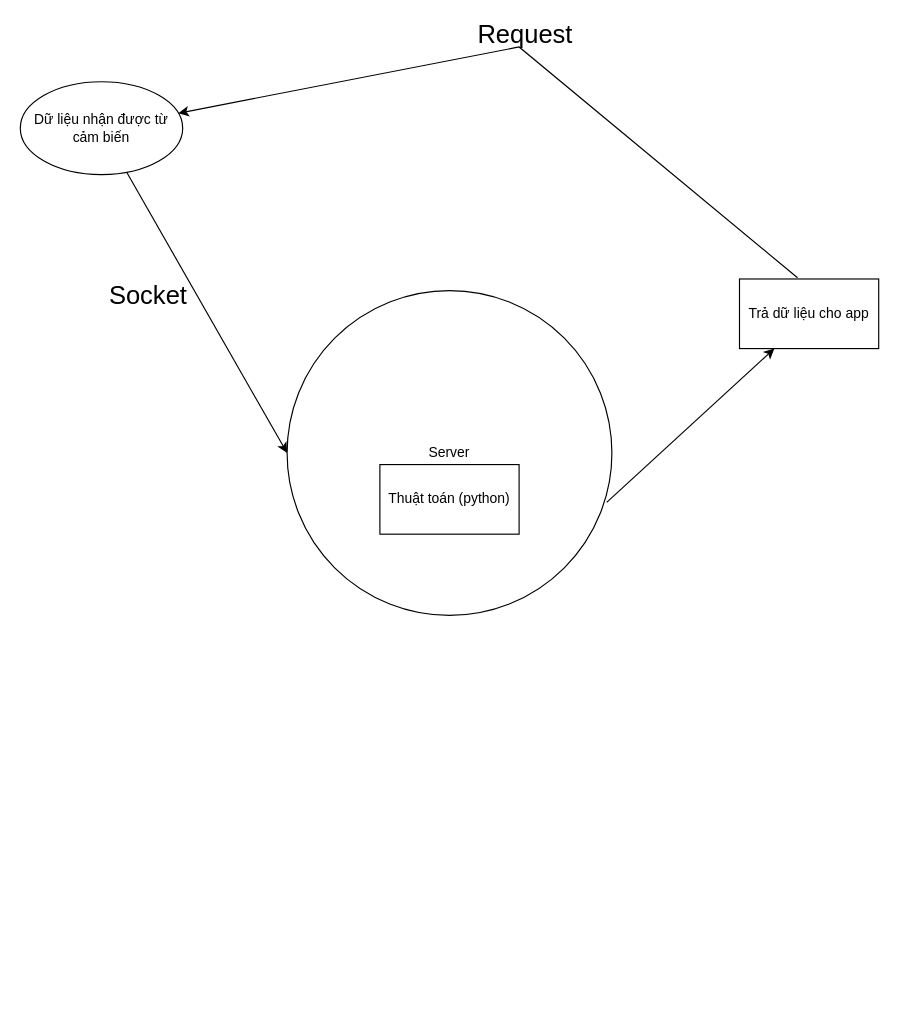
Above: Untitled Diagram.drawio in duychan/PBL5 (draw.io), before the change. Source tidied: cells renumbered, new cells numbered last; positions are measured from the earlier drawing's top-left corner, leaving out a move shared by most shapes. Both pictures are drawn from the tidied source at 116%, with x=0, y=0 at pixel (20, 23).
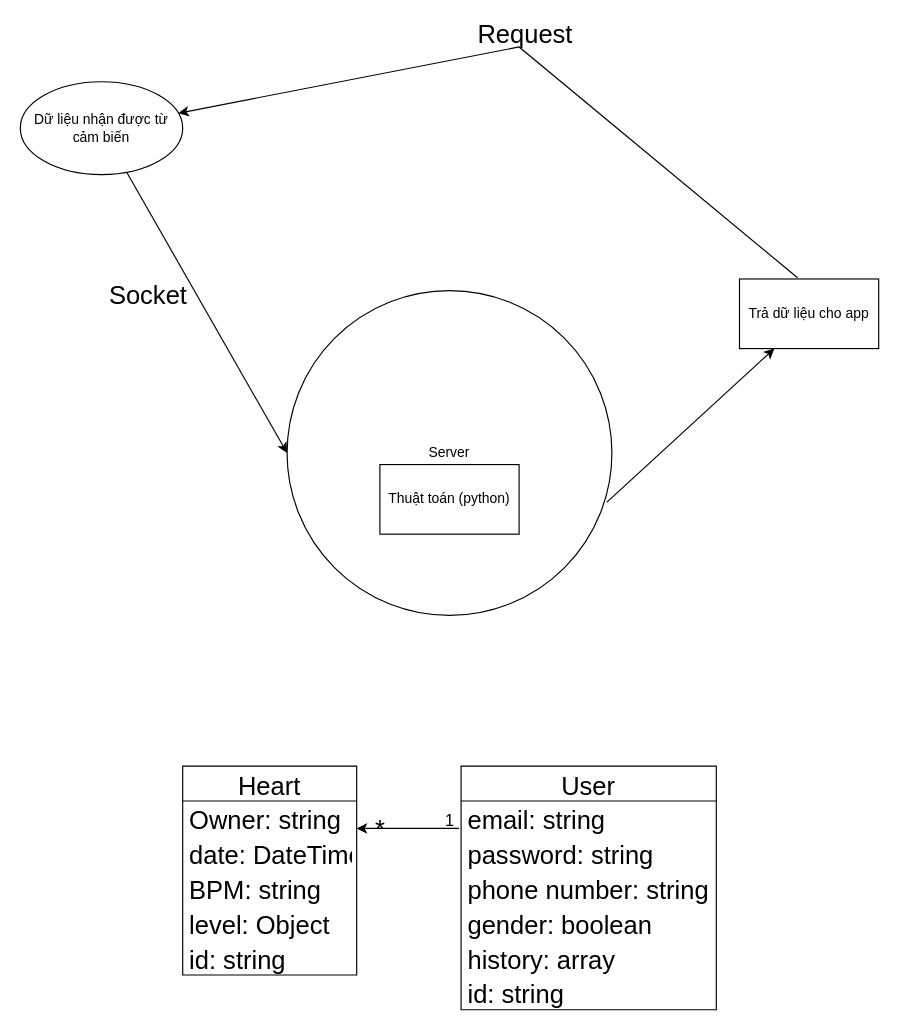
The same page after the edit.

The edit, as a diff of the source:
```diff
@@
+    <mxCell id="11" value="Heart" style="swimlane;fontStyle=0;horizontal=1;startSize=30;fontSize=22;" parent="1" vertex="1">
+      <mxGeometry x="140" y="640" width="150" height="180" as="geometry" />
+    </mxCell>
+    <mxCell id="12" value="Owner: string" style="text;strokeColor=none;fillColor=none;align=left;verticalAlign=middle;spacingLeft=4;spacingRight=4;overflow=hidden;points=[[0,0.5],[1,0.5]];portConstraint=eastwest;fontSize=22;" parent="11" vertex="1">
+      <mxGeometry y="30" width="150" height="30" as="geometry" />
+    </mxCell>
+    <mxCell id="13" value="date: DateTime" style="text;strokeColor=none;fillColor=none;align=left;verticalAlign=middle;spacingLeft=4;spacingRight=4;overflow=hidden;fontSize=22;" parent="11" vertex="1">
+      <mxGeometry y="60" width="150" height="30" as="geometry" />
+    </mxCell>
+    <mxCell id="14" value="BPM: string" style="text;strokeColor=none;fillColor=none;align=left;verticalAlign=middle;spacingLeft=4;spacingRight=4;overflow=hidden;fontSize=22;" parent="11" vertex="1">
+      <mxGeometry y="90" width="150" height="30" as="geometry" />
+    </mxCell>
+    <mxCell id="15" value="level: Object" style="text;strokeColor=none;fillColor=none;align=left;verticalAlign=middle;spacingLeft=4;spacingRight=4;overflow=hidden;fontSize=22;" parent="11" vertex="1">
+      <mxGeometry y="120" width="150" height="30" as="geometry" />
+    </mxCell>
+    <mxCell id="16" value="id: string" style="text;strokeColor=none;fillColor=none;align=left;verticalAlign=middle;spacingLeft=4;spacingRight=4;overflow=hidden;fontSize=22;" parent="11" vertex="1">
+      <mxGeometry y="150" width="150" height="30" as="geometry" />
+    </mxCell>
+    <mxCell id="17" value="User" style="swimlane;fontStyle=0;horizontal=1;startSize=30;fontSize=22;" parent="1" vertex="1">
+      <mxGeometry x="380" y="640" width="220" height="210" as="geometry" />
+    </mxCell>
+    <mxCell id="18" value="email: string" style="text;strokeColor=none;fillColor=none;align=left;verticalAlign=middle;spacingLeft=4;spacingRight=4;overflow=hidden;points=[[0,0.5],[1,0.5]];portConstraint=eastwest;fontSize=22;" parent="17" vertex="1">
+      <mxGeometry y="30" width="220" height="30" as="geometry" />
+    </mxCell>
+    <mxCell id="19" value="password: string" style="text;strokeColor=none;fillColor=none;align=left;verticalAlign=middle;spacingLeft=4;spacingRight=4;overflow=hidden;fontSize=22;" parent="17" vertex="1">
+      <mxGeometry y="60" width="220" height="30" as="geometry" />
+    </mxCell>
+    <mxCell id="20" value="phone number: string" style="text;strokeColor=none;fillColor=none;align=left;verticalAlign=middle;spacingLeft=4;spacingRight=4;overflow=hidden;fontSize=22;" parent="17" vertex="1">
+      <mxGeometry y="90" width="220" height="30" as="geometry" />
+    </mxCell>
+    <mxCell id="21" value="gender: boolean" style="text;strokeColor=none;fillColor=none;align=left;verticalAlign=middle;spacingLeft=4;spacingRight=4;overflow=hidden;fontSize=22;" parent="17" vertex="1">
+      <mxGeometry y="120" width="220" height="30" as="geometry" />
+    </mxCell>
+    <mxCell id="22" value="history: array" style="text;strokeColor=none;fillColor=none;align=left;verticalAlign=middle;spacingLeft=4;spacingRight=4;overflow=hidden;fontSize=22;" parent="17" vertex="1">
+      <mxGeometry y="150" width="220" height="30" as="geometry" />
+    </mxCell>
+    <mxCell id="23" value="id: string" style="text;strokeColor=none;fillColor=none;align=left;verticalAlign=middle;spacingLeft=4;spacingRight=4;overflow=hidden;fontSize=22;" parent="17" vertex="1">
+      <mxGeometry y="180" width="220" height="30" as="geometry" />
+    </mxCell>
+    <mxCell id="24" style="endArrow=classic;html=1;rounded=0;fontSize=22;exitX=-0.008;exitY=0.789;exitDx=0;exitDy=0;exitPerimeter=0;entryX=1;entryY=0.789;entryDx=0;entryDy=0;entryPerimeter=0;" parent="1" edge="1" source="18" target="12">
+      <mxGeometry relative="1" as="geometry" />
+    </mxCell>
+    <mxCell id="25" value="&lt;font style=&quot;font-size: 14px;&quot;&gt;1&lt;/font&gt;" style="text;html=1;align=center;verticalAlign=middle;strokeColor=none;fillColor=none;fontSize=22;" parent="1" vertex="1">
+      <mxGeometry x="360" y="670" width="20" height="30" as="geometry" />
+    </mxCell>
+    <mxCell id="26" value="*" style="text;html=1;align=center;verticalAlign=middle;strokeColor=none;fillColor=none;fontSize=22;" parent="1" vertex="1">
+      <mxGeometry x="300" y="680" width="20" height="30" as="geometry" />
+    </mxCell>
```
